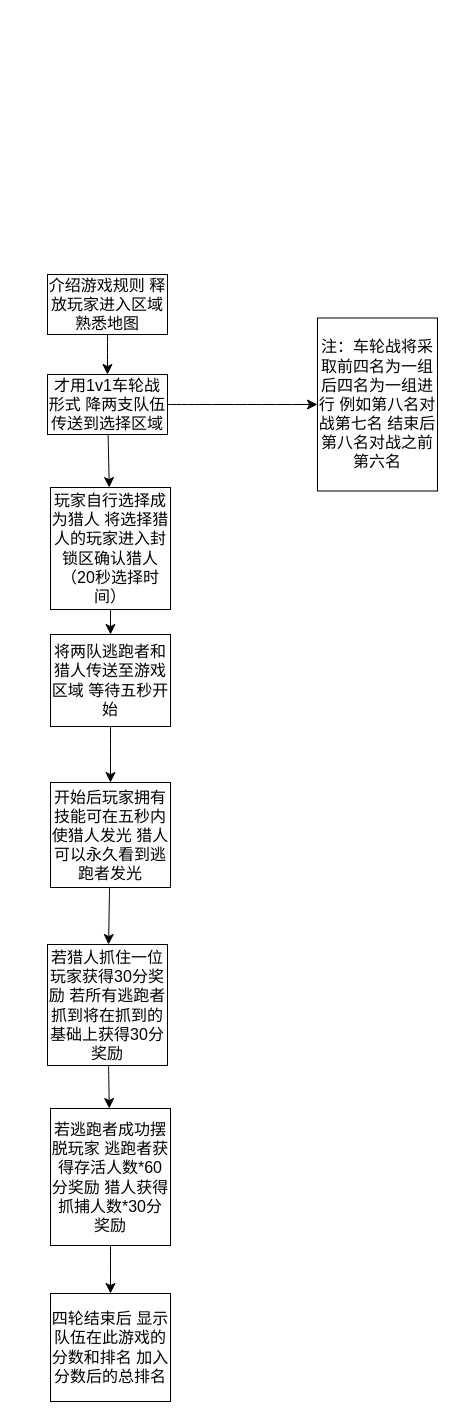
Earlier version of the draw.io diagram 小游戏/parkour tag.drawio (nothing-championship/what-it-this). Source tidied: cells renumbered, new cells numbered last; positions are measured from the earlier drawing's top-left corner, leaving out a move shared by most shapes. Both pictures are drawn from the tidied source at 100%, with x=0, y=0 at pixel (47, 274).
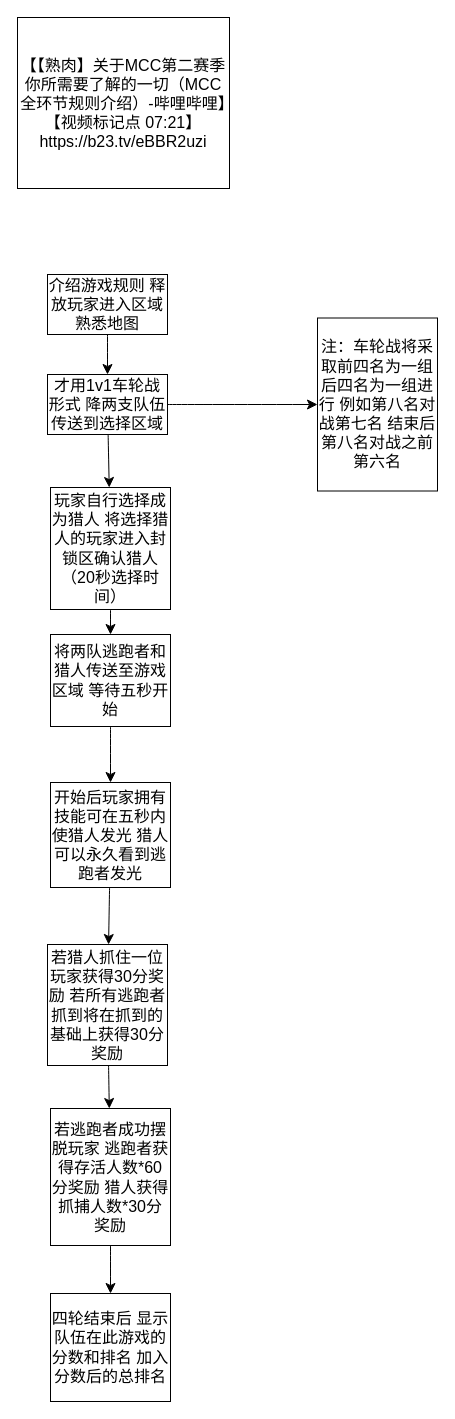
The same page after the edit.

What changed in the source:
```diff
@@
 <mxGraphModel>
   <root>
     <mxCell id="0" />
     <mxCell id="1" parent="0" />
     <mxCell id="2" style="edgeStyle=none;curved=1;rounded=0;jettySize=auto;html=1;fontSize=12;startSize=8;endSize=8;" parent="1" edge="1" source="3" target="6">
       <mxGeometry relative="1" as="geometry" />
     </mxCell>
     <mxCell id="3" value="介绍游戏规则 释放玩家进入区域熟悉地图" style="whiteSpace=wrap;html=1;fontSize=16;" parent="1" vertex="1">
       <mxGeometry width="120" height="60" as="geometry" />
     </mxCell>
     <mxCell id="4" style="edgeStyle=none;curved=1;rounded=0;jettySize=auto;html=1;fontSize=12;startSize=8;endSize=8;" parent="1" edge="1" source="6" target="8">
       <mxGeometry relative="1" as="geometry" />
     </mxCell>
     <mxCell id="5" style="edgeStyle=none;curved=1;rounded=0;jettySize=auto;html=1;fontSize=12;startSize=8;endSize=8;" parent="1" edge="1" source="6" target="18">
       <mxGeometry relative="1" as="geometry" />
     </mxCell>
     <mxCell id="6" value="才用1v1车轮战形式 降两支队伍传送到选择区域" style="whiteSpace=wrap;html=1;fontSize=16;" parent="1" vertex="1">
       <mxGeometry y="100" width="120" height="60" as="geometry" />
     </mxCell>
     <mxCell id="7" style="edgeStyle=none;curved=1;rounded=0;jettySize=auto;html=1;fontSize=12;startSize=8;endSize=8;" parent="1" edge="1" source="8" target="10">
       <mxGeometry relative="1" as="geometry" />
     </mxCell>
     <mxCell id="8" value="玩家自行选择成为猎人 将选择猎人的玩家进入封锁区确认猎人（20秒选择时间）" style="whiteSpace=wrap;html=1;fontSize=16;" parent="1" vertex="1">
       <mxGeometry x="3" y="213" width="120" height="122" as="geometry" />
     </mxCell>
     <mxCell id="9" style="edgeStyle=none;curved=1;rounded=0;jettySize=auto;html=1;fontSize=12;startSize=8;endSize=8;" parent="1" edge="1" source="10" target="12">
       <mxGeometry relative="1" as="geometry" />
     </mxCell>
     <mxCell id="10" value="将两队逃跑者和猎人传送至游戏区域 等待五秒开始" style="whiteSpace=wrap;html=1;fontSize=16;" parent="1" vertex="1">
       <mxGeometry x="3" y="360" width="120" height="92" as="geometry" />
     </mxCell>
     <mxCell id="11" style="edgeStyle=none;curved=1;rounded=0;jettySize=auto;html=1;fontSize=12;startSize=8;endSize=8;" parent="1" edge="1" source="12" target="14">
       <mxGeometry relative="1" as="geometry" />
     </mxCell>
     <mxCell id="12" value="开始后玩家拥有技能可在五秒内使猎人发光 猎人可以永久看到逃跑者发光" style="whiteSpace=wrap;html=1;fontSize=16;" parent="1" vertex="1">
       <mxGeometry x="3" y="508" width="120" height="105" as="geometry" />
     </mxCell>
     <mxCell id="13" style="edgeStyle=none;curved=1;rounded=0;jettySize=auto;html=1;fontSize=12;startSize=8;endSize=8;" parent="1" edge="1" source="14" target="16">
       <mxGeometry relative="1" as="geometry" />
     </mxCell>
     <mxCell id="14" value="若猎人抓住一位玩家获得30分奖励 若所有逃跑者抓到将在抓到的基础上获得30分奖励" style="whiteSpace=wrap;html=1;fontSize=16;" parent="1" vertex="1">
       <mxGeometry y="670" width="120" height="121" as="geometry" />
     </mxCell>
     <mxCell id="15" style="edgeStyle=none;curved=1;rounded=0;jettySize=auto;html=1;fontSize=12;startSize=8;endSize=8;" parent="1" edge="1" source="16" target="17">
       <mxGeometry relative="1" as="geometry" />
     </mxCell>
     <mxCell id="16" value="若逃跑者成功摆脱玩家 逃跑者获得存活人数*60分奖励 猎人获得抓捕人数*30分奖励" style="whiteSpace=wrap;html=1;fontSize=16;" parent="1" vertex="1">
       <mxGeometry x="3" y="834" width="120" height="137" as="geometry" />
     </mxCell>
     <mxCell id="17" value="四轮结束后 显示队伍在此游戏的分数和排名 加入分数后的总排名" style="whiteSpace=wrap;html=1;fontSize=16;" parent="1" vertex="1">
       <mxGeometry x="3" y="1019" width="120" height="108" as="geometry" />
     </mxCell>
     <mxCell id="18" value="注：车轮战将采取前四名为一组 后四名为一组进行 例如第八名对战第七名 结束后第八名对战之前第六名" style="whiteSpace=wrap;html=1;fontSize=16;" parent="1" vertex="1">
       <mxGeometry x="270" y="43.5" width="120" height="173" as="geometry" />
     </mxCell>
+    <mxCell id="19" value="【【熟肉】关于MCC第二赛季你所需要了解的一切（MCC全环节规则介绍）-哔哩哔哩】【视频标记点 07:21】 https://b23.tv/eBBR2uzi" style="whiteSpace=wrap;html=1;fontSize=16;" parent="1" vertex="1">
+      <mxGeometry x="-30" y="-257" width="212" height="171" as="geometry" />
+    </mxCell>
   </root>
 </mxGraphModel>
```
